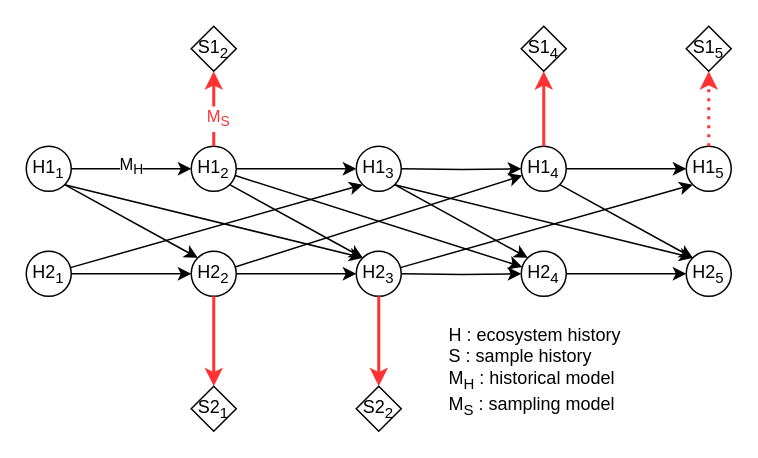
The draw.io diagram ecosystemDynamics.drawio in stdupas/graphPOPLikelihood, before the edit. Source tidied: cells renumbered, new cells numbered last; positions are measured from the earlier drawing's top-left corner, leaving out a move shared by most shapes. Both pictures are drawn from the tidied source at 150%, with x=0, y=0 at pixel (26, 26).
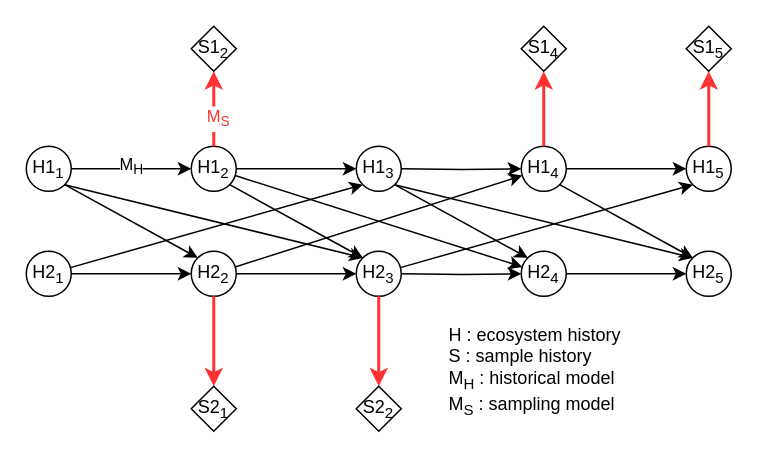
Above is the later version.

Commit message (it also covers changes not shown here):
Mettre à jour ecosystemDynamics.drawio

Unchanged cells that the change refers to:
```xml
<mxCell id="24" value="H1&lt;sub&gt;5&lt;/sub&gt;" style="ellipse;whiteSpace=wrap;html=1;" parent="1" vertex="1">
  <mxGeometry x="440" y="80" width="30" height="30" as="geometry" />
</mxCell>
<mxCell id="38" value="S1&lt;sub&gt;5&lt;/sub&gt;" style="rhombus;whiteSpace=wrap;html=1;" parent="1" vertex="1">
  <mxGeometry x="440" width="30" height="30" as="geometry" />
</mxCell>
```

Change to the diagram source:
```diff
@@
-    <mxCell id="36" style="edgeStyle=orthogonalEdgeStyle;rounded=0;jettySize=auto;html=1;exitX=0.5;exitY=0;exitDx=0;exitDy=0;dashed=1;dashPattern=1 2;fillColor=#f8cecc;strokeColor=#FF3333;strokeWidth=2;" parent="1" edge="1" source="24" target="38">
+    <mxCell id="36" style="edgeStyle=orthogonalEdgeStyle;rounded=0;jettySize=auto;html=1;exitX=0.5;exitY=0;exitDx=0;exitDy=0;fillColor=#f8cecc;strokeColor=#FF3333;strokeWidth=2;" parent="1" edge="1" source="24" target="38">
       <mxGeometry relative="1" as="geometry" />
     </mxCell>
```
